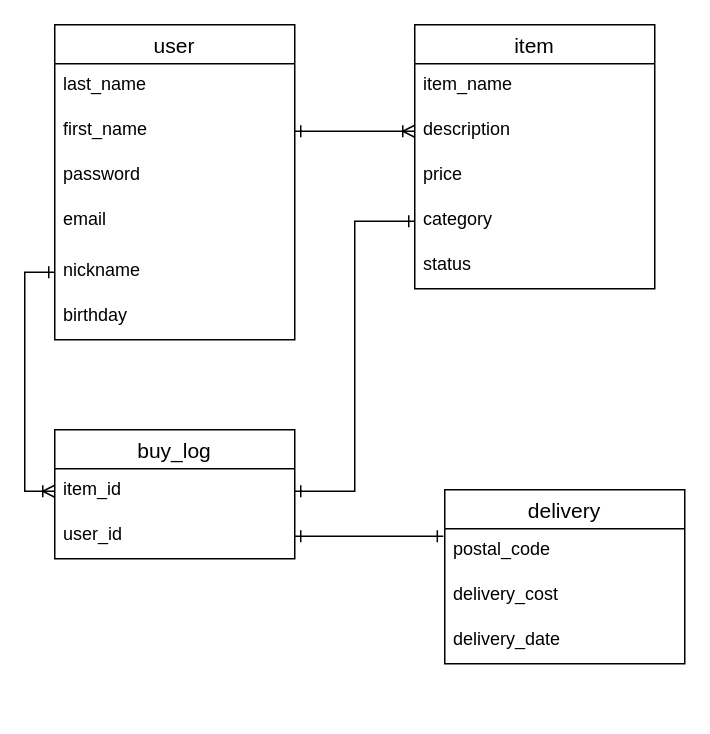
Before: file.dio in Gasai-005/furima-35555, a draw.io diagram. Source tidied: cells renumbered, new cells numbered last; positions are measured from the earlier drawing's top-left corner, leaving out a move shared by most shapes. Both pictures are drawn from the tidied source at 150%, with x=0, y=0 at pixel (54, 24).
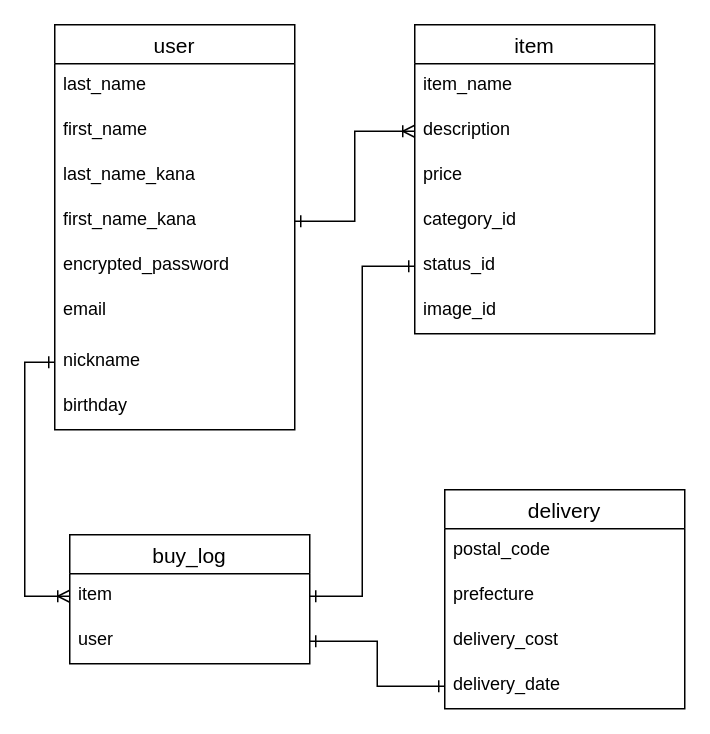
The same diagram, later.

Commit message (it also covers changes not shown here):
DB設計の修正２

The change refers to these unchanged cells:
```xml
<mxCell id="19" value="postal_code" style="text;strokeColor=none;fillColor=none;spacingLeft=4;spacingRight=4;overflow=hidden;points=[[0,0.5],[1,0.5]];portConstraint=eastwest;fontSize=12;" parent="18" vertex="1">
  <mxGeometry y="26" width="160" height="30" as="geometry" />
</mxCell>
```

Change to the diagram source:
```diff
@@
     <mxCell id="2" value="user" style="swimlane;fontStyle=0;horizontal=1;startSize=26;align=center;fontSize=14;" parent="1" vertex="1">
-      <mxGeometry width="160" height="210" as="geometry" />
+      <mxGeometry width="160" height="270" as="geometry" />
     </mxCell>
@@
+    <mxCell id="26" value="first_name" style="text;strokeColor=none;fillColor=none;spacingLeft=4;spacingRight=4;overflow=hidden;fontSize=12;" parent="2" vertex="1">
+      <mxGeometry y="56" width="160" height="30" as="geometry" />
+    </mxCell>
+    <mxCell id="27" value="last_name_kana" style="text;strokeColor=none;fillColor=none;spacingLeft=4;spacingRight=4;overflow=hidden;fontSize=12;" parent="2" vertex="1">
+      <mxGeometry y="86" width="160" height="30" as="geometry" />
+    </mxCell>
-    <mxCell id="4" value="first_name" style="text;strokeColor=none;fillColor=none;spacingLeft=4;spacingRight=4;overflow=hidden;points=[[0,0.5],[1,0.5]];portConstraint=eastwest;fontSize=12;" parent="2" vertex="1">
-      <mxGeometry y="56" width="160" height="30" as="geometry" />
+    <mxCell id="4" value="first_name_kana" style="text;strokeColor=none;fillColor=none;spacingLeft=4;spacingRight=4;overflow=hidden;points=[[0,0.5],[1,0.5]];portConstraint=eastwest;fontSize=12;" parent="2" vertex="1">
+      <mxGeometry y="116" width="160" height="30" as="geometry" />
     </mxCell>
-    <mxCell id="5" value="password" style="text;strokeColor=none;fillColor=none;spacingLeft=4;spacingRight=4;overflow=hidden;fontSize=12;" parent="2" vertex="1">
-      <mxGeometry y="86" width="160" height="30" as="geometry" />
+    <mxCell id="5" value="encrypted_password" style="text;strokeColor=none;fillColor=none;spacingLeft=4;spacingRight=4;overflow=hidden;fontSize=12;" parent="2" vertex="1">
+      <mxGeometry y="146" width="160" height="30" as="geometry" />
     </mxCell>
     <mxCell id="6" value="email" style="text;strokeColor=none;fillColor=none;spacingLeft=4;spacingRight=4;overflow=hidden;fontSize=12;" parent="2" vertex="1">
-      <mxGeometry y="116" width="160" height="34" as="geometry" />
+      <mxGeometry y="176" width="160" height="34" as="geometry" />
     </mxCell>
     <mxCell id="7" value="nickname" style="text;strokeColor=none;fillColor=none;spacingLeft=4;spacingRight=4;overflow=hidden;points=[[0,0.5],[1,0.5]];portConstraint=eastwest;fontSize=12;labelBorderColor=none;" parent="2" vertex="1">
-      <mxGeometry y="150" width="160" height="30" as="geometry" />
+      <mxGeometry y="210" width="160" height="30" as="geometry" />
     </mxCell>
     <mxCell id="8" value="birthday" style="text;strokeColor=none;fillColor=none;spacingLeft=4;spacingRight=4;overflow=hidden;fontSize=12;labelBorderColor=none;" parent="2" vertex="1">
-      <mxGeometry y="180" width="160" height="30" as="geometry" />
+      <mxGeometry y="240" width="160" height="30" as="geometry" />
     </mxCell>
     <mxCell id="9" value="item" style="swimlane;fontStyle=0;horizontal=1;startSize=26;align=center;fontSize=14;" parent="1" vertex="1">
-      <mxGeometry x="240" width="160" height="176" as="geometry" />
+      <mxGeometry x="240" width="160" height="206" as="geometry" />
     </mxCell>
@@
-    <mxCell id="13" value="category" style="text;strokeColor=none;fillColor=none;spacingLeft=4;spacingRight=4;overflow=hidden;points=[[0,0.5],[1,0.5]];portConstraint=eastwest;fontSize=12;" parent="9" vertex="1">
+    <mxCell id="13" value="category_id" style="text;strokeColor=none;fillColor=none;spacingLeft=4;spacingRight=4;overflow=hidden;points=[[0,0.5],[1,0.5]];portConstraint=eastwest;fontSize=12;" parent="9" vertex="1">
       <mxGeometry y="116" width="160" height="30" as="geometry" />
     </mxCell>
-    <mxCell id="14" value="status" style="text;strokeColor=none;fillColor=none;spacingLeft=4;spacingRight=4;overflow=hidden;points=[[0,0.5],[1,0.5]];portConstraint=eastwest;fontSize=12;" parent="9" vertex="1">
+    <mxCell id="14" value="status_id" style="text;strokeColor=none;fillColor=none;spacingLeft=4;spacingRight=4;overflow=hidden;points=[[0,0.5],[1,0.5]];portConstraint=eastwest;fontSize=12;" parent="9" vertex="1">
       <mxGeometry y="146" width="160" height="30" as="geometry" />
     </mxCell>
+    <mxCell id="28" value="image_id" style="text;strokeColor=none;fillColor=none;spacingLeft=4;spacingRight=4;overflow=hidden;fontSize=12;" parent="9" vertex="1">
+      <mxGeometry y="176" width="160" height="30" as="geometry" />
+    </mxCell>
     <mxCell id="15" value="buy_log" style="swimlane;fontStyle=0;horizontal=1;startSize=26;align=center;fontSize=14;" parent="1" vertex="1">
-      <mxGeometry y="270" width="160" height="86" as="geometry" />
+      <mxGeometry x="10" y="340" width="160" height="86" as="geometry" />
     </mxCell>
-    <mxCell id="16" value="item_id" style="text;strokeColor=none;fillColor=none;spacingLeft=4;spacingRight=4;overflow=hidden;points=[[0,0.5],[1,0.5]];portConstraint=eastwest;fontSize=12;" parent="15" vertex="1">
+    <mxCell id="16" value="item" style="text;strokeColor=none;fillColor=none;spacingLeft=4;spacingRight=4;overflow=hidden;points=[[0,0.5],[1,0.5]];portConstraint=eastwest;fontSize=12;" parent="15" vertex="1">
       <mxGeometry y="26" width="160" height="30" as="geometry" />
     </mxCell>
-    <mxCell id="17" value="user_id" style="text;strokeColor=none;fillColor=none;spacingLeft=4;spacingRight=4;overflow=hidden;points=[[0,0.5],[1,0.5]];portConstraint=eastwest;fontSize=12;" parent="15" vertex="1">
+    <mxCell id="17" value="user" style="text;strokeColor=none;fillColor=none;spacingLeft=4;spacingRight=4;overflow=hidden;points=[[0,0.5],[1,0.5]];portConstraint=eastwest;fontSize=12;" parent="15" vertex="1">
       <mxGeometry y="56" width="160" height="30" as="geometry" />
     </mxCell>
     <mxCell id="18" value="delivery" style="swimlane;fontStyle=0;horizontal=1;startSize=26;align=center;fontSize=14;" parent="1" vertex="1">
-      <mxGeometry x="260" y="310" width="160" height="116" as="geometry" />
+      <mxGeometry x="260" y="310" width="160" height="146" as="geometry" />
     </mxCell>
@@
+    <mxCell id="29" value="prefecture" style="text;strokeColor=none;fillColor=none;spacingLeft=4;spacingRight=4;overflow=hidden;fontSize=12;" parent="18" vertex="1">
+      <mxGeometry y="56" width="160" height="30" as="geometry" />
+    </mxCell>
     <mxCell id="20" value="delivery_cost" style="text;strokeColor=none;fillColor=none;spacingLeft=4;spacingRight=4;overflow=hidden;fontSize=12;" parent="18" vertex="1">
-      <mxGeometry y="56" width="160" height="30" as="geometry" />
+      <mxGeometry y="86" width="160" height="30" as="geometry" />
     </mxCell>
     <mxCell id="21" value="delivery_date" style="text;strokeColor=none;fillColor=none;spacingLeft=4;spacingRight=4;overflow=hidden;points=[[0,0.5],[1,0.5]];portConstraint=eastwest;fontSize=12;" parent="18" vertex="1">
-      <mxGeometry y="86" width="160" height="30" as="geometry" />
+      <mxGeometry y="116" width="160" height="30" as="geometry" />
     </mxCell>
@@
-    <mxCell id="24" style="edgeStyle=orthogonalEdgeStyle;rounded=0;jettySize=auto;html=1;exitX=0;exitY=0.5;exitDx=0;exitDy=0;entryX=1;entryY=0.5;entryDx=0;entryDy=0;startArrow=ERone;startFill=0;endArrow=ERone;endFill=0;" parent="1" edge="1" source="13" target="16">
+    <mxCell id="24" style="edgeStyle=orthogonalEdgeStyle;rounded=0;jettySize=auto;html=1;entryX=1;entryY=0.5;entryDx=0;entryDy=0;startArrow=ERone;startFill=0;endArrow=ERone;endFill=0;" parent="1" edge="1" source="14" target="16">
       <mxGeometry relative="1" as="geometry" />
     </mxCell>
-    <mxCell id="25" style="edgeStyle=orthogonalEdgeStyle;rounded=0;jettySize=auto;html=1;exitX=1;exitY=0.5;exitDx=0;exitDy=0;entryX=-0.006;entryY=0.167;entryDx=0;entryDy=0;entryPerimeter=0;startArrow=ERone;startFill=0;endArrow=ERone;endFill=0;" parent="1" edge="1" source="17" target="19">
+    <mxCell id="25" style="edgeStyle=orthogonalEdgeStyle;rounded=0;jettySize=auto;html=1;exitX=1;exitY=0.5;exitDx=0;exitDy=0;entryX=0;entryY=0.5;entryDx=0;entryDy=0;startArrow=ERone;startFill=0;endArrow=ERone;endFill=0;" parent="1" edge="1" source="17" target="21">
       <mxGeometry relative="1" as="geometry" />
     </mxCell>
```
